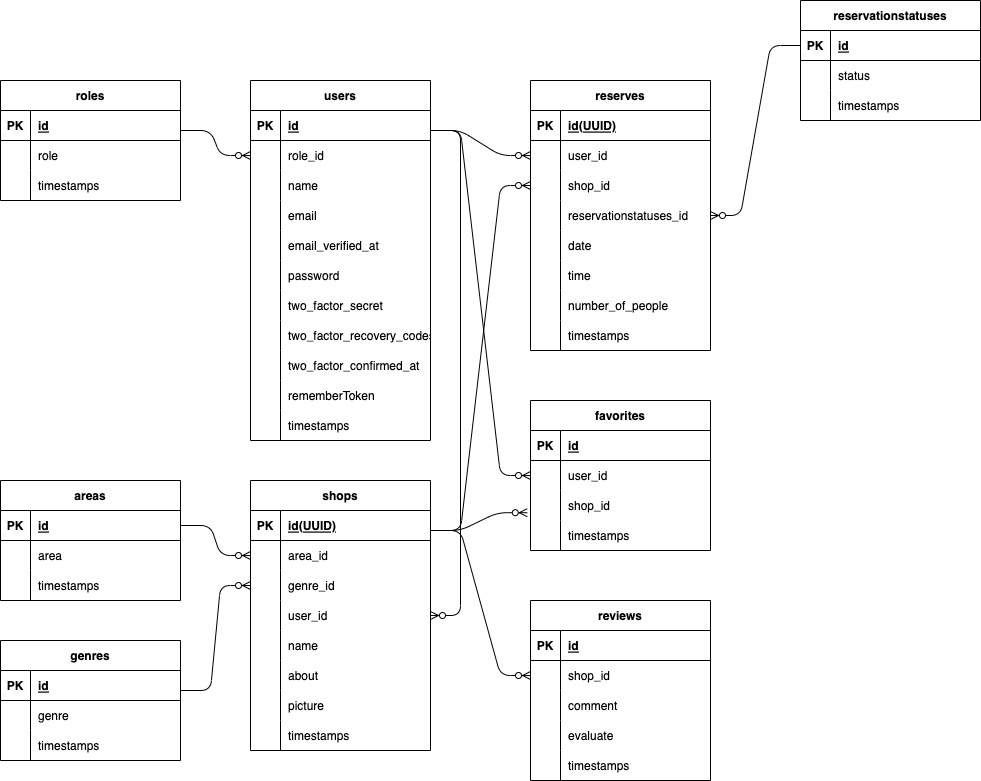
The draw.io diagram Req/ER2.drawio.png in EpilonPhoenix/Rese, before a commit. Source tidied: cells renumbered, new cells last; positions are measured from the earlier drawing's top-left corner, leaving out a move shared by most shapes.
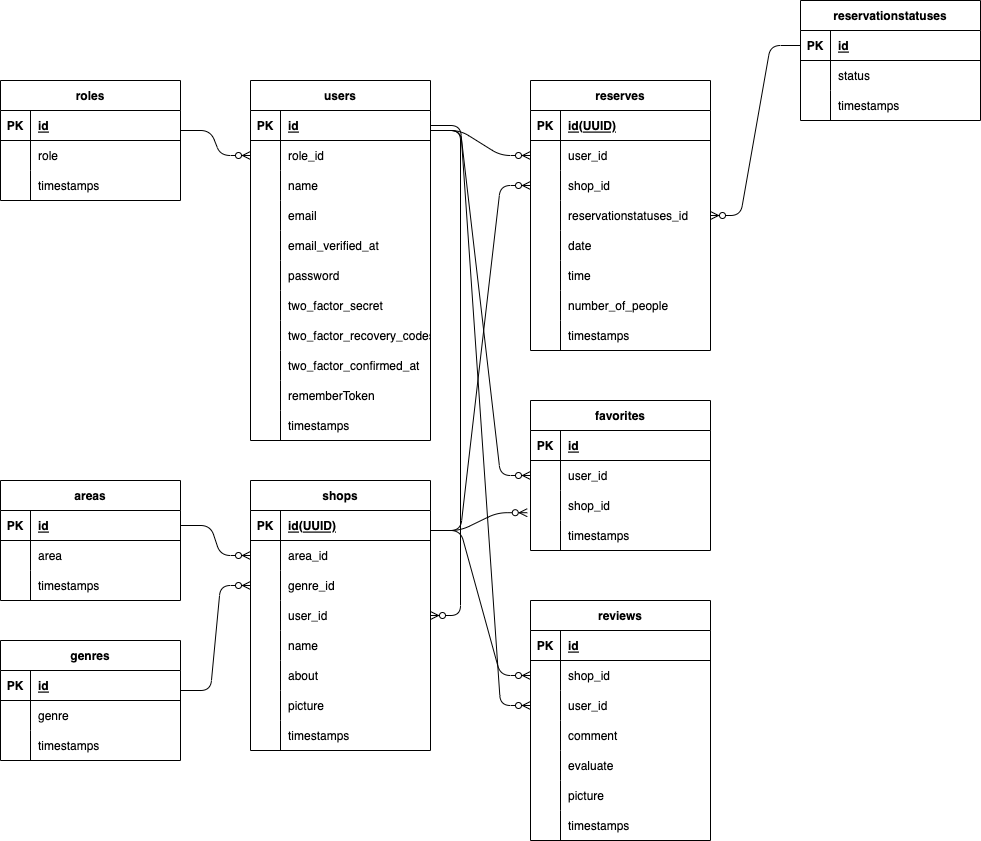
The same diagram one commit later.

Change to the diagram source:
```diff
@@ -419,7 +419,7 @@
       </mxGeometry>
     </mxCell>
     <mxCell id="136" value="reviews" style="shape=table;startSize=30;rowLines=0;fontStyle=1;align=center;" parent="1" vertex="1">
-      <mxGeometry x="530" y="600" width="180" height="180" as="geometry" />
+      <mxGeometry x="530" y="600" width="180" height="240" as="geometry" />
     </mxCell>
     <mxCell id="137" style="shape=tableRow;horizontal=0;startSize=0;swimlaneHead=0;swimlaneBody=0;fillColor=none;top=0;left=0;right=0;bottom=1;" parent="136" vertex="1">
       <mxGeometry y="30" width="180" height="30" as="geometry" />
@@ -439,8 +439,17 @@
     <mxCell id="142" value="shop_id" style="shape=partialRectangle;fillColor=none;top=0;left=0;bottom=0;right=0;align=left;spacingLeft=6;overflow=hidden;" parent="140" vertex="1">
       <mxGeometry x="30" width="150" height="30" as="geometry" />
     </mxCell>
+    <mxCell id="165" style="shape=tableRow;horizontal=0;startSize=0;swimlaneHead=0;swimlaneBody=0;fillColor=none;points=[[0,0.5],[1,0.5]];portConstraint=eastwest;top=0;left=0;right=0;bottom=0;" parent="136" vertex="1">
+      <mxGeometry y="90" width="180" height="30" as="geometry" />
+    </mxCell>
+    <mxCell id="166" style="shape=partialRectangle;fillColor=none;top=0;left=0;bottom=0;right=0;overflow=hidden;" parent="165" vertex="1">
+      <mxGeometry width="30" height="30" as="geometry" />
+    </mxCell>
+    <mxCell id="167" value="user_id" style="shape=partialRectangle;fillColor=none;top=0;left=0;bottom=0;right=0;align=left;spacingLeft=6;overflow=hidden;" parent="165" vertex="1">
+      <mxGeometry x="30" width="150" height="30" as="geometry" />
+    </mxCell>
     <mxCell id="143" style="shape=tableRow;horizontal=0;startSize=0;swimlaneHead=0;swimlaneBody=0;fillColor=none;top=0;left=0;right=0;bottom=0;" parent="136" vertex="1">
-      <mxGeometry y="90" width="180" height="30" as="geometry" />
+      <mxGeometry y="120" width="180" height="30" as="geometry" />
     </mxCell>
     <mxCell id="144" style="shape=partialRectangle;fillColor=none;top=0;left=0;bottom=0;right=0;overflow=hidden;" parent="143" vertex="1">
       <mxGeometry width="30" height="30" as="geometry" />
@@ -449,7 +458,7 @@
       <mxGeometry x="30" width="150" height="30" as="geometry" />
     </mxCell>
     <mxCell id="146" style="shape=tableRow;horizontal=0;startSize=0;swimlaneHead=0;swimlaneBody=0;fillColor=none;top=0;left=0;right=0;bottom=0;" parent="136" vertex="1">
-      <mxGeometry y="120" width="180" height="30" as="geometry" />
+      <mxGeometry y="150" width="180" height="30" as="geometry" />
     </mxCell>
     <mxCell id="147" style="shape=partialRectangle;fillColor=none;top=0;left=0;bottom=0;right=0;overflow=hidden;" parent="146" vertex="1">
       <mxGeometry width="30" height="30" as="geometry" />
@@ -457,8 +466,17 @@
     <mxCell id="148" value="evaluate" style="shape=partialRectangle;fillColor=none;top=0;left=0;bottom=0;right=0;align=left;spacingLeft=6;overflow=hidden;" parent="146" vertex="1">
       <mxGeometry x="30" width="150" height="30" as="geometry" />
     </mxCell>
+    <mxCell id="168" style="shape=tableRow;horizontal=0;startSize=0;swimlaneHead=0;swimlaneBody=0;fillColor=none;top=0;left=0;right=0;bottom=0;" parent="136" vertex="1">
+      <mxGeometry y="180" width="180" height="30" as="geometry" />
+    </mxCell>
+    <mxCell id="169" style="shape=partialRectangle;fillColor=none;top=0;left=0;bottom=0;right=0;overflow=hidden;" parent="168" vertex="1">
+      <mxGeometry width="30" height="30" as="geometry" />
+    </mxCell>
+    <mxCell id="170" value="picture" style="shape=partialRectangle;fillColor=none;top=0;left=0;bottom=0;right=0;align=left;spacingLeft=6;overflow=hidden;" parent="168" vertex="1">
+      <mxGeometry x="30" width="150" height="30" as="geometry" />
+    </mxCell>
     <mxCell id="149" style="shape=tableRow;horizontal=0;startSize=0;swimlaneHead=0;swimlaneBody=0;fillColor=none;top=0;left=0;right=0;bottom=0;" parent="136" vertex="1">
-      <mxGeometry y="150" width="180" height="30" as="geometry" />
+      <mxGeometry y="210" width="180" height="30" as="geometry" />
     </mxCell>
     <mxCell id="150" style="shape=partialRectangle;fillColor=none;top=0;left=0;bottom=0;right=0;overflow=hidden;" parent="149" vertex="1">
       <mxGeometry width="30" height="30" as="geometry" />
@@ -509,5 +527,8 @@
     <mxCell id="164" style="edgeStyle=entityRelationEdgeStyle;fontSize=12;html=1;endArrow=ERzeroToMany;endFill=1;exitX=0;exitY=0.5;exitDx=0;exitDy=0;" parent="1" edge="1" source="155" target="71">
       <mxGeometry relative="1" as="geometry" />
     </mxCell>
+    <mxCell id="171" style="edgeStyle=entityRelationEdgeStyle;fontSize=12;html=1;endArrow=ERzeroToMany;endFill=1;" parent="1" edge="1" source="3" target="165">
+      <mxGeometry relative="1" as="geometry" />
+    </mxCell>
   </root>
 </mxGraphModel>
```
